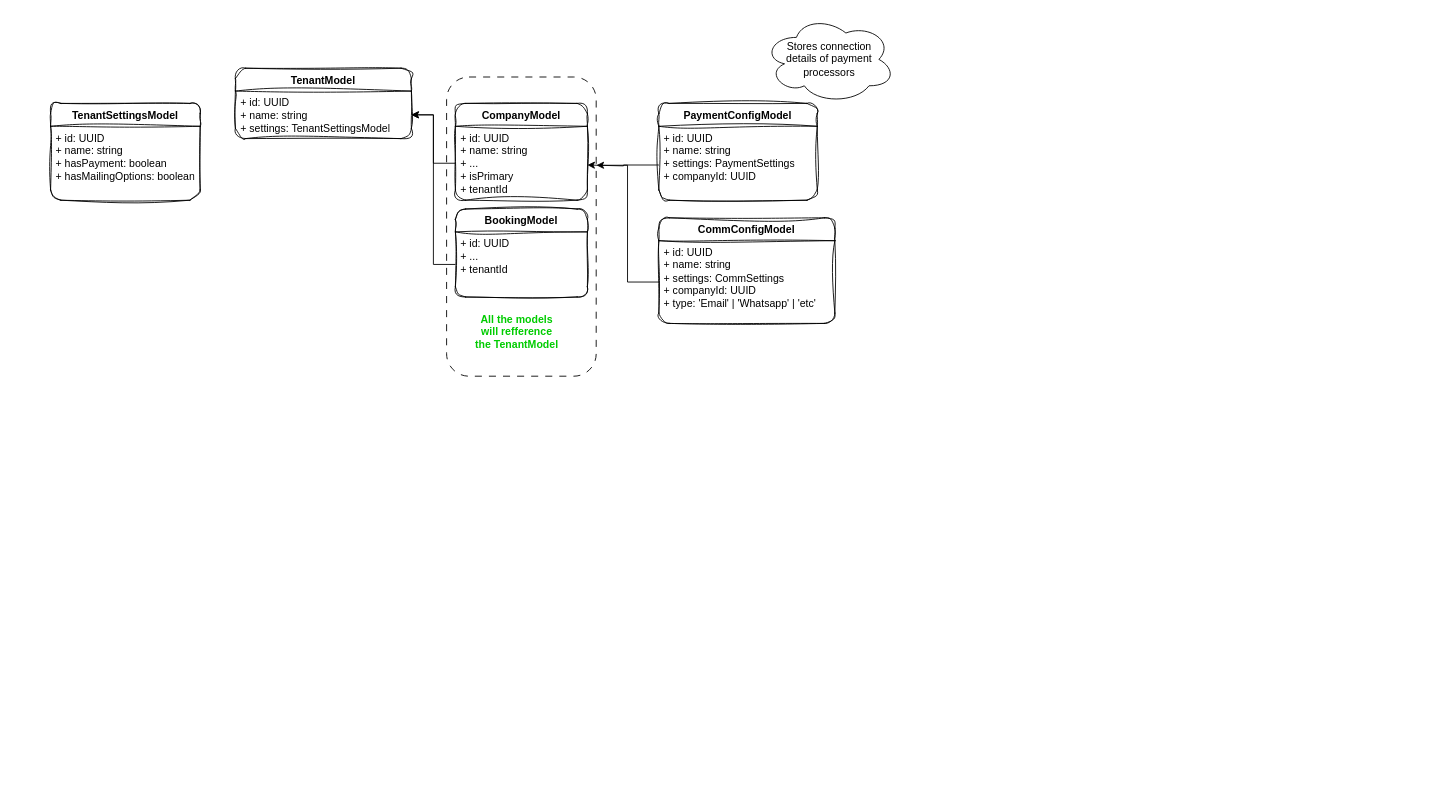
Before: page "Multitenant" (4 of 4) of GBS/GBS_Booking_flow.drawio in maxCheptea/Diagrams, a draw.io diagram. Source tidied: cells renumbered, new cells numbered last; positions are measured from the earlier drawing's top-left corner, leaving out a move shared by most shapes. Both pictures are drawn from the tidied source at 88%, with x=0, y=0 at pixel (50, 15).
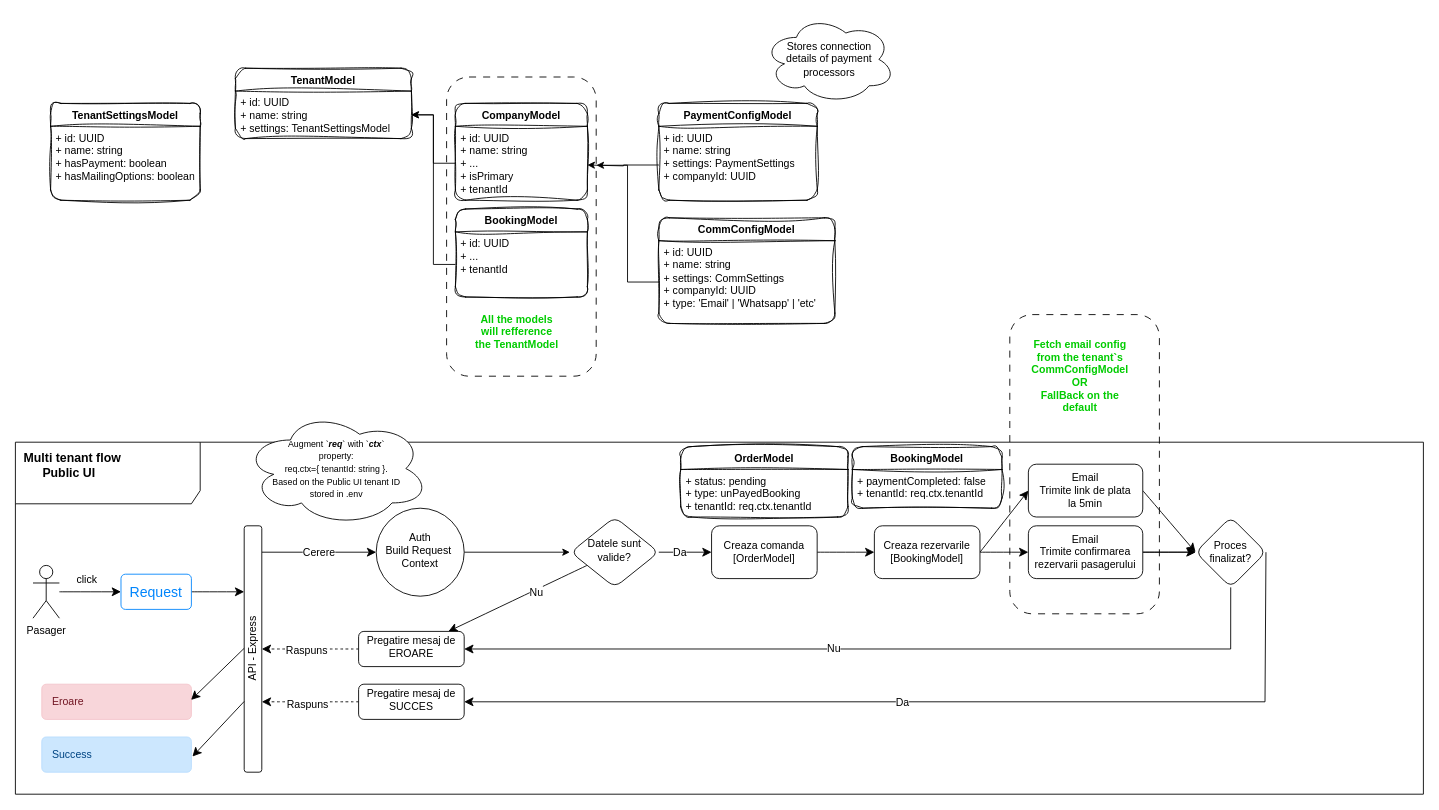
The same page after the edit.

What changed in the source:
```diff
@@
+    <mxCell id="22" value="&lt;div style=&quot;text-align: center;&quot;&gt;&lt;span style=&quot;font-size: 14px;&quot;&gt;&lt;b style=&quot;&quot;&gt;&lt;font style=&quot;color: rgb(0, 0, 0);&quot;&gt;&amp;nbsp; Multi tenant flow&lt;/font&gt;&lt;/b&gt;&lt;/span&gt;&lt;/div&gt;&lt;div style=&quot;text-align: center;&quot;&gt;&lt;span style=&quot;font-size: 14px;&quot;&gt;&lt;b style=&quot;&quot;&gt;&lt;font style=&quot;color: rgb(0, 0, 0);&quot;&gt;Public UI&lt;/font&gt;&lt;/b&gt;&lt;/span&gt;&lt;/div&gt;&lt;div&gt;&lt;span style=&quot;font-size: 14px;&quot;&gt;&lt;b style=&quot;&quot;&gt;&lt;font style=&quot;color: rgb(255, 0, 0);&quot;&gt;&lt;br&gt;&lt;/font&gt;&lt;/b&gt;&lt;/span&gt;&lt;/div&gt;" style="shape=umlFrame;whiteSpace=wrap;html=1;rounded=1;width=210;height=70;align=left;" parent="1" vertex="1">
+      <mxGeometry x="-40" y="485" width="1600" height="400" as="geometry" />
+    </mxCell>
+    <mxCell id="23" style="group;" parent="1" vertex="1">
+      <mxGeometry x="-40" y="480" width="1260" height="400" as="geometry" />
+    </mxCell>
+    <mxCell id="24" style="edgeStyle=none;curved=1;rounded=1;jettySize=auto;html=1;fontSize=12;startSize=8;endSize=8;" parent="23" edge="1" source="26" target="28">
+      <mxGeometry relative="1" as="geometry" />
+    </mxCell>
+    <mxCell id="25" value="click" style="edgeLabel;html=1;align=center;verticalAlign=middle;fontSize=12;rounded=1;" parent="24" vertex="1">
+      <mxGeometry x="-0.34" y="1" relative="1" as="geometry">
+        <mxPoint x="7" y="-14" as="offset" />
+      </mxGeometry>
+    </mxCell>
+    <mxCell id="26" value="Pasager" style="shape=umlActor;verticalLabelPosition=bottom;verticalAlign=top;html=1;outlineConnect=0;rounded=1;" parent="23" vertex="1">
+      <mxGeometry x="20" y="145" width="30" height="60" as="geometry" />
+    </mxCell>
+    <mxCell id="27" style="edgeStyle=none;curved=1;rounded=1;jettySize=auto;html=1;fontSize=12;startSize=8;endSize=8;" parent="23" edge="1" source="28" target="32">
+      <mxGeometry relative="1" as="geometry" />
+    </mxCell>
+    <mxCell id="28" value="Request" style="html=1;shadow=0;dashed=0;shape=mxgraph.bootstrap.rrect;rSize=5;strokeColor=#0085FC;strokeWidth=1;fillColor=default;fontColor=#0085FC;whiteSpace=wrap;align=center;verticalAlign=middle;spacingLeft=0;fontStyle=0;fontSize=16;spacing=5;rounded=1;gradientColor=none;" parent="23" vertex="1">
+      <mxGeometry x="120" y="155" width="80" height="40" as="geometry" />
+    </mxCell>
+    <mxCell id="29" style="edgeStyle=none;curved=1;rounded=1;orthogonalLoop=1;jettySize=auto;html=1;exitX=0;exitY=1;exitDx=0;exitDy=0;fontSize=12;startSize=8;endSize=8;" parent="23" edge="1">
+      <mxGeometry relative="1" as="geometry">
+        <mxPoint x="821.1" y="145" as="sourcePoint" />
+        <mxPoint x="821.1" y="145" as="targetPoint" />
+      </mxGeometry>
+    </mxCell>
+    <mxCell id="30" style="edgeStyle=none;curved=0;rounded=0;jettySize=auto;html=1;fontSize=12;startSize=8;endSize=8;" parent="23" edge="1" source="32">
+      <mxGeometry relative="1" as="geometry">
+        <mxPoint x="410" y="130" as="targetPoint" />
+      </mxGeometry>
+    </mxCell>
+    <mxCell id="31" value="Cerere" style="edgeLabel;html=1;align=center;verticalAlign=middle;fontSize=12;rounded=1;" parent="30" vertex="1">
+      <mxGeometry x="-0.01" y="-2" relative="1" as="geometry">
+        <mxPoint y="-2" as="offset" />
+      </mxGeometry>
+    </mxCell>
+    <mxCell id="32" value="API - Express" style="html=1;points=[[0,0,0,0,5],[0,1,0,0,-5],[1,0,0,0,5],[1,1,0,0,-5]];perimeter=orthogonalPerimeter;outlineConnect=0;targetShapes=umlLifeline;portConstraint=eastwest;newEdgeStyle={&quot;curved&quot;:0,&quot;rounded&quot;:0};rounded=1;flipV=0;direction=west;horizontal=0;" parent="23" vertex="1">
+      <mxGeometry x="260" y="100" width="20" height="280" as="geometry" />
+    </mxCell>
+    <mxCell id="33" style="edgeStyle=none;curved=0;rounded=0;jettySize=auto;html=1;entryX=0;entryY=0.5;entryDx=0;entryDy=0;fontSize=12;startSize=8;endSize=8;exitX=1;exitY=0.5;exitDx=0;exitDy=0;" parent="23" edge="1" source="42" target="36">
+      <mxGeometry relative="1" as="geometry" />
+    </mxCell>
+    <mxCell id="34" value="Da" style="edgeLabel;html=1;align=center;verticalAlign=middle;fontSize=12;rounded=1;" parent="33" vertex="1">
+      <mxGeometry x="-0.25" relative="1" as="geometry" />
+    </mxCell>
+    <mxCell id="35" style="edgeStyle=none;curved=1;rounded=1;jettySize=auto;html=1;fontSize=12;startSize=8;endSize=8;entryX=0;entryY=0.5;entryDx=0;entryDy=0;" parent="23" edge="1" source="36" target="39">
+      <mxGeometry relative="1" as="geometry" />
+    </mxCell>
+    <mxCell id="36" value="Creaza comanda&lt;br&gt;[OrderModel]" style="rounded=1;whiteSpace=wrap;html=1;fontSize=12;glass=0;strokeWidth=1;shadow=0;" parent="23" vertex="1">
+      <mxGeometry x="791.1" y="100" width="120" height="60" as="geometry" />
+    </mxCell>
+    <mxCell id="37" style="edgeStyle=none;curved=1;rounded=1;jettySize=auto;html=1;fontSize=12;startSize=8;endSize=8;" parent="23" edge="1" source="39" target="52">
+      <mxGeometry relative="1" as="geometry" />
+    </mxCell>
+    <mxCell id="38" style="edgeStyle=none;curved=1;rounded=0;jettySize=auto;html=1;exitX=1;exitY=0.5;exitDx=0;exitDy=0;fontSize=12;startSize=8;endSize=8;" parent="23" edge="1" source="39">
+      <mxGeometry relative="1" as="geometry">
+        <mxPoint x="1151.1" y="60" as="targetPoint" />
+      </mxGeometry>
+    </mxCell>
+    <mxCell id="39" value="Creaza rezervarile&lt;br&gt;[BookingModel]" style="whiteSpace=wrap;html=1;rounded=1;glass=0;strokeWidth=1;shadow=0;" parent="23" vertex="1">
+      <mxGeometry x="976.1" y="100" width="120" height="60" as="geometry" />
+    </mxCell>
+    <mxCell id="40" style="edgeStyle=none;curved=1;rounded=1;jettySize=auto;html=1;fontSize=12;startSize=8;endSize=8;" parent="23" edge="1" source="42" target="45">
+      <mxGeometry relative="1" as="geometry" />
+    </mxCell>
+    <mxCell id="41" value="Nu" style="edgeLabel;html=1;align=center;verticalAlign=middle;fontSize=12;rounded=1;" parent="40" vertex="1">
+      <mxGeometry x="-0.24" y="2" relative="1" as="geometry" />
+    </mxCell>
+    <mxCell id="42" value="Datele sunt valide?" style="rhombus;whiteSpace=wrap;html=1;shadow=0;fontFamily=Helvetica;fontSize=12;align=center;strokeWidth=1;spacing=6;spacingTop=-4;rounded=1;" parent="23" vertex="1">
+      <mxGeometry x="631.1" y="90" width="100" height="80" as="geometry" />
+    </mxCell>
+    <mxCell id="43" style="edgeStyle=none;curved=1;rounded=1;jettySize=auto;html=1;fontSize=12;startSize=8;endSize=8;dashed=1;" parent="23" edge="1" source="45" target="32">
+      <mxGeometry relative="1" as="geometry" />
+    </mxCell>
+    <mxCell id="44" value="Raspuns" style="edgeLabel;html=1;align=center;verticalAlign=middle;fontSize=12;rounded=1;" parent="43" vertex="1">
+      <mxGeometry x="0.09" y="1" relative="1" as="geometry" />
+    </mxCell>
+    <mxCell id="45" value="Pregatire mesaj de EROARE" style="whiteSpace=wrap;html=1;shadow=0;strokeWidth=1;spacing=6;spacingTop=-4;rounded=1;" parent="23" vertex="1">
+      <mxGeometry x="390" y="220" width="120" height="40" as="geometry" />
+    </mxCell>
+    <mxCell id="46" value="Eroare" style="html=1;shadow=0;dashed=0;shape=mxgraph.bootstrap.rrect;rSize=5;strokeColor=#F4C5CB;strokeWidth=1;fillColor=#F8D6DA;fontColor=#711623;whiteSpace=wrap;align=left;verticalAlign=middle;spacingLeft=10;rounded=1;" parent="23" vertex="1">
+      <mxGeometry x="30" y="280" width="170" height="40" as="geometry" />
+    </mxCell>
+    <mxCell id="47" style="edgeStyle=none;curved=0;rounded=0;jettySize=auto;html=1;entryX=0.998;entryY=0.446;entryDx=0;entryDy=0;entryPerimeter=0;fontSize=12;startSize=8;endSize=8;" parent="23" edge="1" target="46">
+      <mxGeometry relative="1" as="geometry">
+        <mxPoint x="260" y="239.2" as="sourcePoint" />
+      </mxGeometry>
+    </mxCell>
+    <mxCell id="48" value="Success" style="html=1;shadow=0;dashed=0;shape=mxgraph.bootstrap.rrect;rSize=5;strokeColor=#B8DCFE;strokeWidth=1;fillColor=#CCE7FE;fontColor=#004583;whiteSpace=wrap;align=left;verticalAlign=middle;spacingLeft=10;rounded=1;" parent="23" vertex="1">
+      <mxGeometry x="30" y="340" width="170" height="40" as="geometry" />
+    </mxCell>
+    <mxCell id="49" style="edgeStyle=none;curved=0;rounded=0;jettySize=auto;html=1;entryX=1.007;entryY=0.554;entryDx=0;entryDy=0;entryPerimeter=0;fontSize=12;startSize=8;endSize=8;" parent="23" edge="1" target="48">
+      <mxGeometry relative="1" as="geometry">
+        <mxPoint x="260" y="299.6" as="sourcePoint" />
+      </mxGeometry>
+    </mxCell>
+    <mxCell id="50" style="edgeStyle=none;curved=1;rounded=1;jettySize=auto;html=1;fontSize=12;startSize=8;endSize=8;" parent="23" edge="1" source="52" target="57">
+      <mxGeometry relative="1" as="geometry" />
+    </mxCell>
+    <mxCell id="51" style="edgeStyle=orthogonalEdgeStyle;rounded=0;jettySize=auto;html=1;" parent="23" edge="1" source="52" target="57">
+      <mxGeometry relative="1" as="geometry" />
+    </mxCell>
+    <mxCell id="52" value="Email&lt;div&gt;Trimite confirmarea rezervarii pasagerului&lt;/div&gt;" style="whiteSpace=wrap;html=1;rounded=1;glass=0;strokeWidth=1;shadow=0;" parent="23" vertex="1">
+      <mxGeometry x="1151.1" y="100" width="130" height="60" as="geometry" />
+    </mxCell>
+    <mxCell id="53" style="edgeStyle=none;curved=0;rounded=0;jettySize=auto;html=1;fontSize=12;startSize=8;endSize=8;entryX=1;entryY=0.5;entryDx=0;entryDy=0;" parent="23" edge="1" source="57" target="45">
+      <mxGeometry relative="1" as="geometry">
+        <Array as="points">
+          <mxPoint x="1381" y="240" />
+        </Array>
+      </mxGeometry>
+    </mxCell>
+    <mxCell id="54" value="Nu" style="edgeLabel;html=1;align=center;verticalAlign=middle;fontSize=12;rounded=1;" parent="53" vertex="1">
+      <mxGeometry x="0.11" y="-1" relative="1" as="geometry" />
+    </mxCell>
+    <mxCell id="55" style="edgeStyle=none;curved=0;rounded=0;jettySize=auto;html=1;fontSize=12;startSize=8;endSize=8;entryX=1;entryY=0.5;entryDx=0;entryDy=0;exitX=1;exitY=0.5;exitDx=0;exitDy=0;" parent="23" edge="1" source="57" target="60">
+      <mxGeometry relative="1" as="geometry">
+        <Array as="points">
+          <mxPoint x="1420" y="300" />
+        </Array>
+      </mxGeometry>
+    </mxCell>
+    <mxCell id="56" value="Da" style="edgeLabel;html=1;align=center;verticalAlign=middle;fontSize=12;rounded=1;" parent="55" vertex="1">
+      <mxGeometry x="0.08" relative="1" as="geometry" />
+    </mxCell>
+    <mxCell id="57" value="Proces finalizat?" style="rhombus;whiteSpace=wrap;html=1;rounded=1;glass=0;strokeWidth=1;shadow=0;" parent="23" vertex="1">
+      <mxGeometry x="1341.1" y="90" width="80" height="80" as="geometry" />
+    </mxCell>
+    <mxCell id="58" style="edgeStyle=none;curved=1;rounded=1;jettySize=auto;html=1;fontSize=12;startSize=8;endSize=8;dashed=1;" parent="23" edge="1" source="60" target="32">
+      <mxGeometry relative="1" as="geometry" />
+    </mxCell>
+    <mxCell id="59" value="Raspuns" style="edgeLabel;html=1;align=center;verticalAlign=middle;fontSize=12;rounded=1;" parent="58" vertex="1">
+      <mxGeometry x="0.07" y="2" relative="1" as="geometry" />
+    </mxCell>
+    <mxCell id="60" value="Pregatire mesaj de SUCCES" style="whiteSpace=wrap;html=1;shadow=0;strokeWidth=1;spacing=6;spacingTop=-4;rounded=1;" parent="23" vertex="1">
+      <mxGeometry x="390" y="280" width="120" height="40" as="geometry" />
+    </mxCell>
+    <mxCell id="61" value="OrderModel" style="swimlane;fontStyle=1;align=center;verticalAlign=top;horizontal=1;startSize=26;whiteSpace=wrap;html=1;rounded=1;sketch=1;curveFitting=1;jiggle=2;" parent="23" vertex="1">
+      <mxGeometry x="756.1" y="10" width="190" height="80" as="geometry" />
+    </mxCell>
+    <mxCell id="62" value="+ status: pending&lt;div&gt;+ type: unPayedBooking&lt;/div&gt;&lt;div&gt;+ tenantId: req.ctx.tenantId&lt;/div&gt;" style="text;strokeColor=none;fillColor=none;align=left;verticalAlign=top;spacingLeft=4;spacingRight=4;overflow=hidden;whiteSpace=wrap;html=1;" parent="61" vertex="1">
+      <mxGeometry y="26" width="190" height="54" as="geometry" />
+    </mxCell>
+    <mxCell id="63" value="BookingModel" style="swimlane;fontStyle=1;align=center;verticalAlign=top;horizontal=1;startSize=26;whiteSpace=wrap;html=1;rounded=1;sketch=1;curveFitting=1;jiggle=2;" parent="23" vertex="1">
+      <mxGeometry x="951.1" y="10" width="170" height="70" as="geometry" />
+    </mxCell>
+    <mxCell id="64" value="+ paymentCompleted: false&lt;div&gt;+ tenantId: req.ctx.tenantId&lt;/div&gt;" style="text;strokeColor=none;fillColor=none;align=left;verticalAlign=top;spacingLeft=4;spacingRight=4;overflow=hidden;whiteSpace=wrap;html=1;" parent="63" vertex="1">
+      <mxGeometry y="26" width="170" height="44" as="geometry" />
+    </mxCell>
+    <mxCell id="65" style="edgeStyle=none;curved=1;rounded=0;jettySize=auto;html=1;entryX=0;entryY=0.5;entryDx=0;entryDy=0;fontSize=12;startSize=8;endSize=8;exitX=1;exitY=0.5;exitDx=0;exitDy=0;" parent="23" edge="1" source="66" target="57">
+      <mxGeometry relative="1" as="geometry" />
+    </mxCell>
+    <mxCell id="66" value="Email&lt;div&gt;Trimite link de plata&lt;/div&gt;&lt;div&gt;la 5min&lt;/div&gt;" style="whiteSpace=wrap;html=1;rounded=1;glass=0;strokeWidth=1;shadow=0;" parent="23" vertex="1">
+      <mxGeometry x="1151.1" y="30" width="130" height="60" as="geometry" />
+    </mxCell>
+    <mxCell id="67" style="edgeStyle=orthogonalEdgeStyle;rounded=0;jettySize=auto;html=1;" parent="23" edge="1" source="68">
+      <mxGeometry relative="1" as="geometry">
+        <mxPoint x="630" y="130" as="targetPoint" />
+      </mxGeometry>
+    </mxCell>
+    <mxCell id="68" value="Auth&lt;div&gt;Build Request&amp;nbsp;&lt;/div&gt;&lt;div&gt;Context&lt;/div&gt;" style="ellipse;whiteSpace=wrap;html=1;shadow=0;strokeWidth=1;spacing=6;spacingTop=-4;rounded=1;" parent="23" vertex="1">
+      <mxGeometry x="410" y="80" width="100" height="100" as="geometry" />
+    </mxCell>
+    <mxCell id="69" value="&lt;font size=&quot;1&quot;&gt;Augment `&lt;b&gt;&lt;i&gt;req&lt;/i&gt;&lt;/b&gt;` with `&lt;b&gt;&lt;i&gt;ctx&lt;/i&gt;&lt;/b&gt;`&lt;/font&gt;&lt;div&gt;&lt;font size=&quot;1&quot;&gt;property:&lt;/font&gt;&lt;/div&gt;&lt;div&gt;&lt;font size=&quot;1&quot;&gt;req.ctx={ tenantId: string }.&lt;/font&gt;&lt;/div&gt;&lt;div&gt;&lt;font size=&quot;1&quot;&gt;Based on the Public UI tenant ID&lt;/font&gt;&lt;/div&gt;&lt;div&gt;&lt;font size=&quot;1&quot;&gt;stored in .env&lt;/font&gt;&lt;/div&gt;" style="ellipse;shape=cloud;whiteSpace=wrap;html=1;fillColor=#FFFFFF;" parent="23" vertex="1">
+      <mxGeometry x="260" y="-30" width="210" height="130" as="geometry" />
+    </mxCell>
+    <mxCell id="70" style="rounded=1;whiteSpace=wrap;html=1;dashed=1;dashPattern=8 8;fillColor=none;" parent="1" vertex="1">
+      <mxGeometry x="1090" y="340" width="170" height="340" as="geometry" />
+    </mxCell>
+    <mxCell id="71" value="Fetch email config from the tenant`s CommConfigModel&lt;div&gt;OR&lt;/div&gt;&lt;div&gt;FallBack on the default&lt;/div&gt;" style="text;html=1;align=center;verticalAlign=middle;whiteSpace=wrap;rounded=0;fontColor=#00CC00;fontStyle=1;" parent="1" vertex="1">
+      <mxGeometry x="1120" y="390" width="100" height="40" as="geometry" />
+    </mxCell>
```
